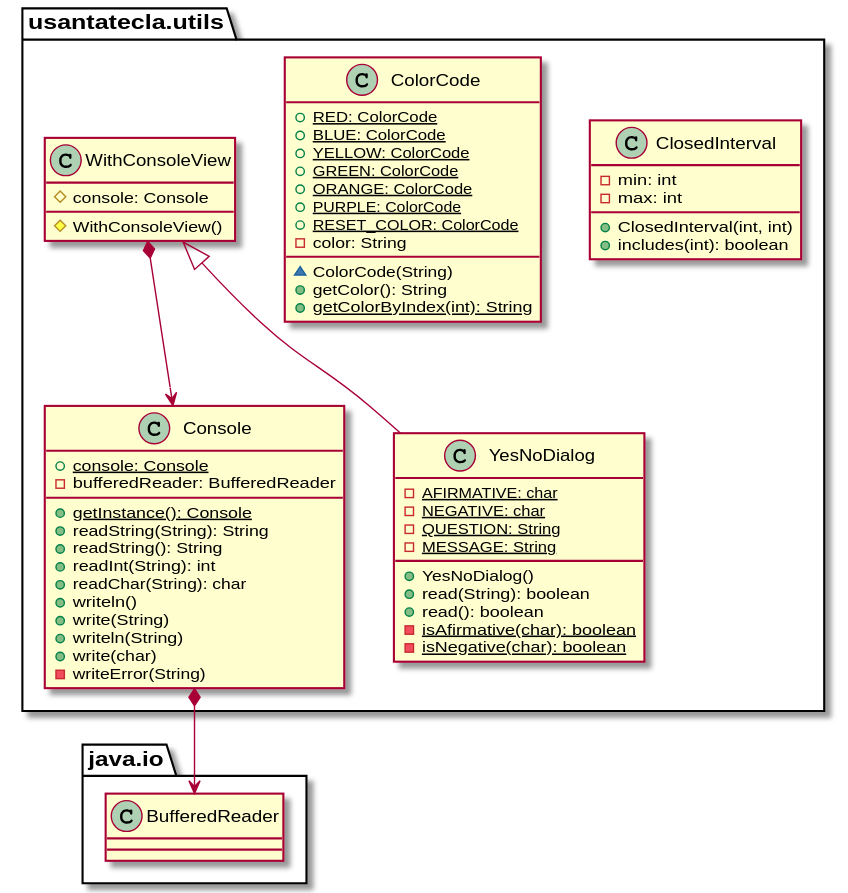
Before: domainModel/docs/diagrams/out/paquetes/usantatecla.utils.svg, a diagram exported from PlantUML (SantaTecla-mastermind/solution.java.swing.socket.sql).
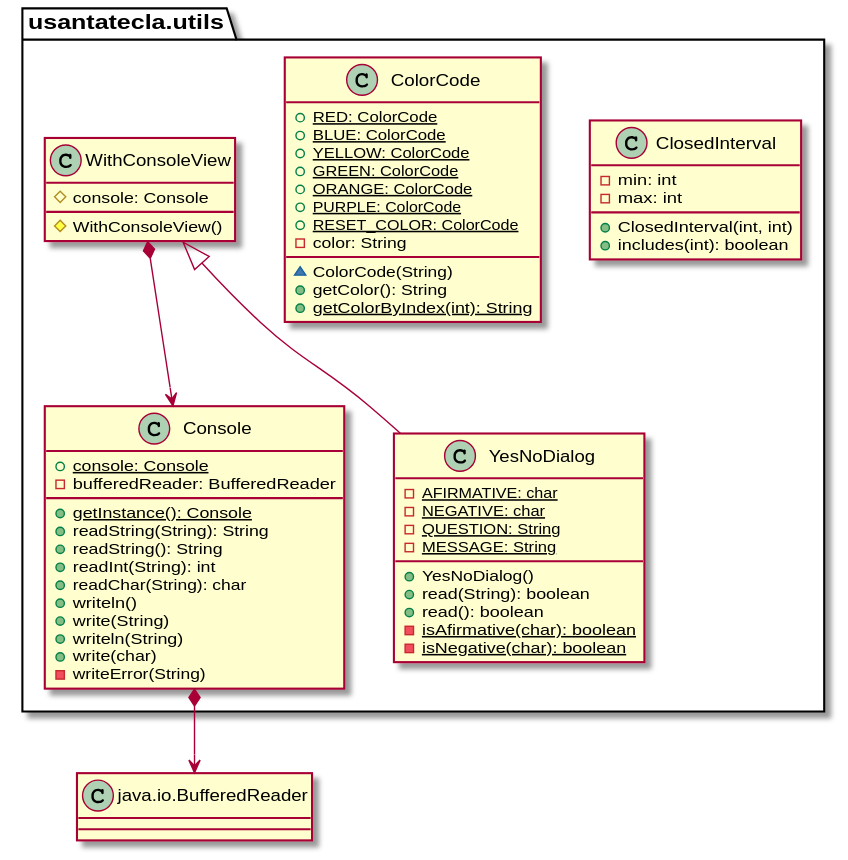
The same diagram one commit later.

Commit message:
Some changes in domainModel diagrams

The edit, as a diff of the source:
```diff
@@ -34,7 +34,10 @@
 + write(char)
 - writeError(String)
 }
-usantatecla.utils.Console *-down-> java.io.BufferedReader
+
+class BufferedReader as "java.io.BufferedReader"
+
+usantatecla.utils.Console *-down-> BufferedReader
 
 class  usantatecla.utils.WithConsoleView{
 # console: Console
```
